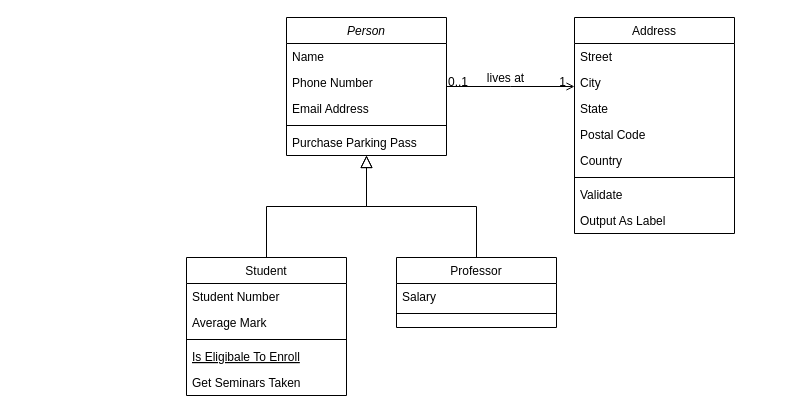
Before: Untitled Diagram.drawio in felwanew/Virtual-library, a draw.io diagram. Source tidied: cells renumbered, new cells numbered last; positions are measured from the earlier drawing's top-left corner, leaving out a move shared by most shapes. Both pictures are drawn from the tidied source at 100%, with x=0, y=0 at pixel (186, 17).
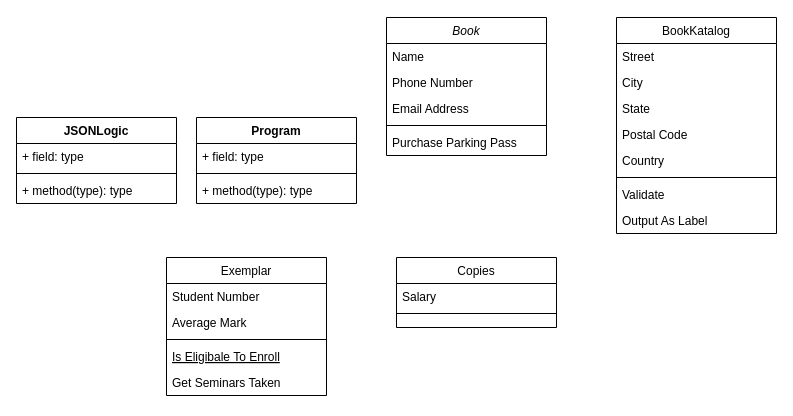
The same page after the edit.

The edit, as a diff of the source:
```diff
@@
-    <mxCell id="2" value="Person" style="swimlane;fontStyle=2;align=center;verticalAlign=top;horizontal=1;startSize=26;rounded=0;shadow=0;strokeWidth=1;" parent="1" vertex="1">
-      <mxGeometry x="100" width="160" height="138" as="geometry" />
+    <mxCell id="2" value="Book" style="swimlane;fontStyle=2;align=center;verticalAlign=top;horizontal=1;startSize=26;rounded=0;shadow=0;strokeWidth=1;" parent="1" vertex="1">
+      <mxGeometry x="200" width="160" height="138" as="geometry" />
     </mxCell>
@@
-    <mxCell id="8" value="Student" style="swimlane;fontStyle=0;align=center;verticalAlign=top;horizontal=1;startSize=26;rounded=0;shadow=0;strokeWidth=1;" parent="1" vertex="1">
-      <mxGeometry y="240" width="160" height="138" as="geometry" />
+    <mxCell id="8" value="Exemplar" style="swimlane;fontStyle=0;align=center;verticalAlign=top;horizontal=1;startSize=26;rounded=0;shadow=0;strokeWidth=1;" parent="1" vertex="1">
+      <mxGeometry x="-20" y="240" width="160" height="138" as="geometry" />
     </mxCell>
@@
-    <mxCell id="14" style="endArrow=block;endSize=10;endFill=0;shadow=0;strokeWidth=1;rounded=0;edgeStyle=elbowEdgeStyle;elbow=vertical;" parent="1" edge="1" source="8" target="2">
-      <mxGeometry relative="1" as="geometry" />
-    </mxCell>
-    <mxCell id="15" value="Professor" style="swimlane;fontStyle=0;align=center;verticalAlign=top;horizontal=1;startSize=26;rounded=0;shadow=0;strokeWidth=1;" parent="1" vertex="1">
+    <mxCell id="15" value="Copies" style="swimlane;fontStyle=0;align=center;verticalAlign=top;horizontal=1;startSize=26;rounded=0;shadow=0;strokeWidth=1;" parent="1" vertex="1">
       <mxGeometry x="210" y="240" width="160" height="70" as="geometry" />
     </mxCell>
@@
-    <mxCell id="18" style="endArrow=block;endSize=10;endFill=0;shadow=0;strokeWidth=1;rounded=0;edgeStyle=elbowEdgeStyle;elbow=vertical;" parent="1" edge="1" source="15" target="2">
-      <mxGeometry relative="1" as="geometry" />
-    </mxCell>
-    <mxCell id="19" value="Address" style="swimlane;fontStyle=0;align=center;verticalAlign=top;horizontal=1;startSize=26;rounded=0;shadow=0;strokeWidth=1;" parent="1" vertex="1">
-      <mxGeometry x="388" width="160" height="216" as="geometry" />
+    <mxCell id="19" value="BookKatalog" style="swimlane;fontStyle=0;align=center;verticalAlign=top;horizontal=1;startSize=26;rounded=0;shadow=0;strokeWidth=1;" parent="1" vertex="1">
+      <mxGeometry x="430" width="160" height="216" as="geometry" />
     </mxCell>
@@
-    <mxCell id="28" style="endArrow=open;shadow=0;strokeWidth=1;rounded=0;endFill=1;edgeStyle=elbowEdgeStyle;elbow=vertical;" parent="1" edge="1" source="2" target="19">
-      <mxGeometry x="0.5" y="41" relative="1" as="geometry">
-        <mxPoint x="-40" y="32" as="offset" />
-      </mxGeometry>
-    </mxCell>
-    <mxCell id="29" value="0..1" style="align=left;verticalAlign=bottom;labelBackgroundColor=none;fontSize=12;" parent="28" vertex="1">
-      <mxGeometry x="-1" relative="1" as="geometry">
-        <mxPoint y="4" as="offset" />
-      </mxGeometry>
-    </mxCell>
-    <mxCell id="30" value="1" style="align=right;verticalAlign=bottom;labelBackgroundColor=none;fontSize=12;" parent="28" vertex="1">
-      <mxGeometry x="1" relative="1" as="geometry">
-        <mxPoint x="-7" y="4" as="offset" />
-      </mxGeometry>
-    </mxCell>
-    <mxCell id="31" value="lives at" style="text;html=1;align=center;verticalAlign=middle;labelBackgroundColor=none;rounded=0;shadow=0;strokeWidth=1;fontSize=12;" parent="28" vertex="1">
-      <mxGeometry x="0.5" y="49" relative="1" as="geometry">
-        <mxPoint x="-38" y="40" as="offset" />
-      </mxGeometry>
-    </mxCell>
+    <mxCell id="32" value="JSONLogic" style="swimlane;fontStyle=1;align=center;verticalAlign=top;horizontal=1;startSize=26;" parent="1" vertex="1">
+      <mxGeometry x="-170" y="100" width="160" height="86" as="geometry" />
+    </mxCell>
+    <mxCell id="33" value="+ field: type" style="text;strokeColor=none;fillColor=none;align=left;verticalAlign=top;spacingLeft=4;spacingRight=4;overflow=hidden;" parent="32" vertex="1">
+      <mxGeometry y="26" width="160" height="26" as="geometry" />
+    </mxCell>
+    <mxCell id="34" style="line;strokeWidth=1;fillColor=none;align=left;verticalAlign=middle;spacingTop=-1;spacingLeft=3;spacingRight=3;labelPosition=right;" parent="32" vertex="1">
+      <mxGeometry y="52" width="160" height="8" as="geometry" />
+    </mxCell>
+    <mxCell id="35" value="+ method(type): type" style="text;strokeColor=none;fillColor=none;align=left;verticalAlign=top;spacingLeft=4;spacingRight=4;overflow=hidden;" parent="32" vertex="1">
+      <mxGeometry y="60" width="160" height="26" as="geometry" />
+    </mxCell>
+    <mxCell id="36" value="Program" style="swimlane;fontStyle=1;align=center;verticalAlign=top;horizontal=1;startSize=26;" parent="1" vertex="1">
+      <mxGeometry x="10" y="100" width="160" height="86" as="geometry" />
+    </mxCell>
+    <mxCell id="37" value="+ field: type" style="text;strokeColor=none;fillColor=none;align=left;verticalAlign=top;spacingLeft=4;spacingRight=4;overflow=hidden;" parent="36" vertex="1">
+      <mxGeometry y="26" width="160" height="26" as="geometry" />
+    </mxCell>
+    <mxCell id="38" style="line;strokeWidth=1;fillColor=none;align=left;verticalAlign=middle;spacingTop=-1;spacingLeft=3;spacingRight=3;labelPosition=right;" parent="36" vertex="1">
+      <mxGeometry y="52" width="160" height="8" as="geometry" />
+    </mxCell>
+    <mxCell id="39" value="+ method(type): type" style="text;strokeColor=none;fillColor=none;align=left;verticalAlign=top;spacingLeft=4;spacingRight=4;overflow=hidden;" parent="36" vertex="1">
+      <mxGeometry y="60" width="160" height="26" as="geometry" />
+    </mxCell>
```
